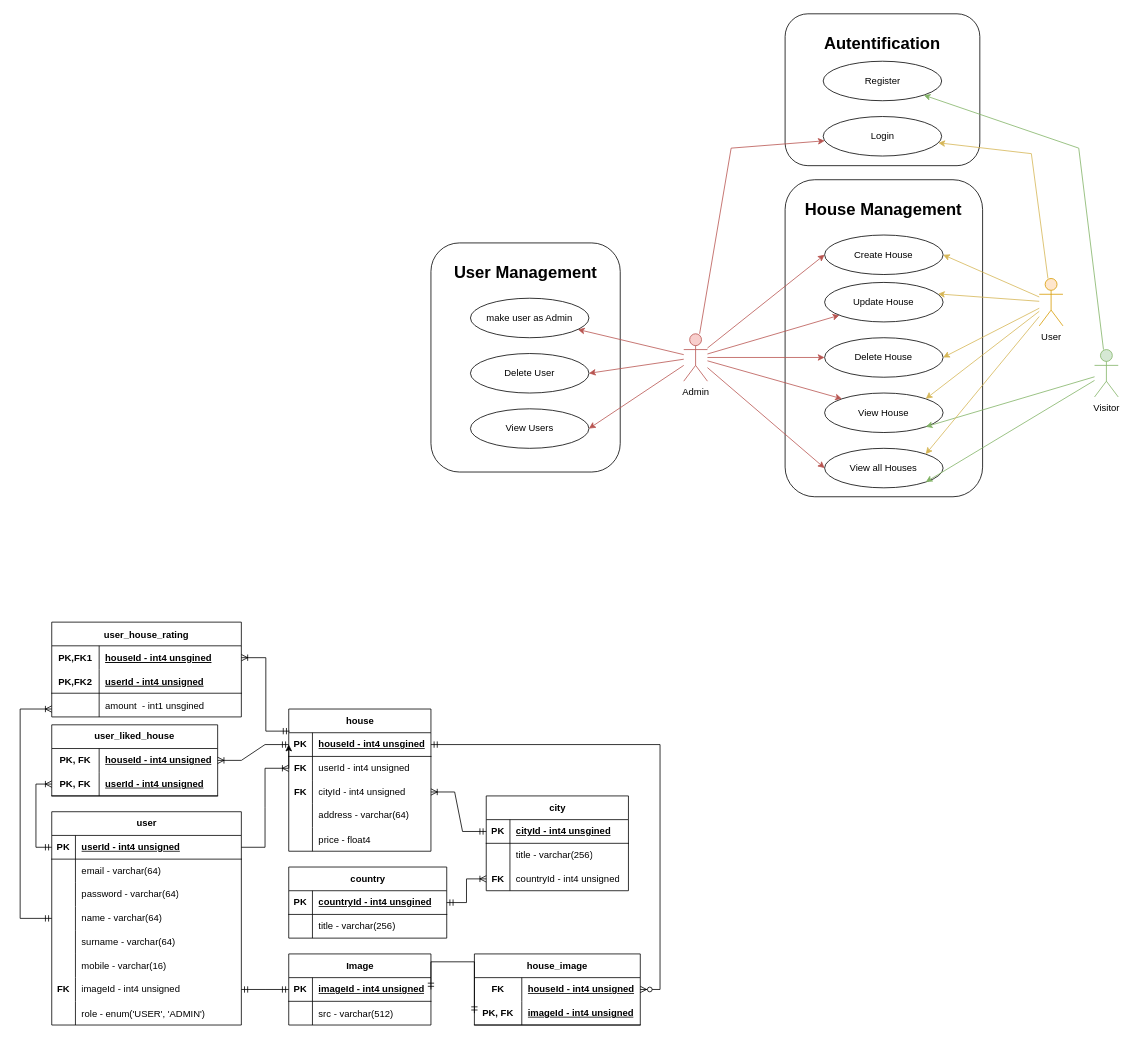
Earlier version of the draw.io diagram Node, Express and SQL [92-106]/102 - express api with sql 2/UML.drawio (ZilvinasVidmantas/type-14). Source tidied: cells renumbered, new cells numbered last; positions are measured from the earlier drawing's top-left corner, leaving out a move shared by most shapes. Both pictures are drawn from the tidied source at 79%, with x=0, y=0 at pixel (20, 13).
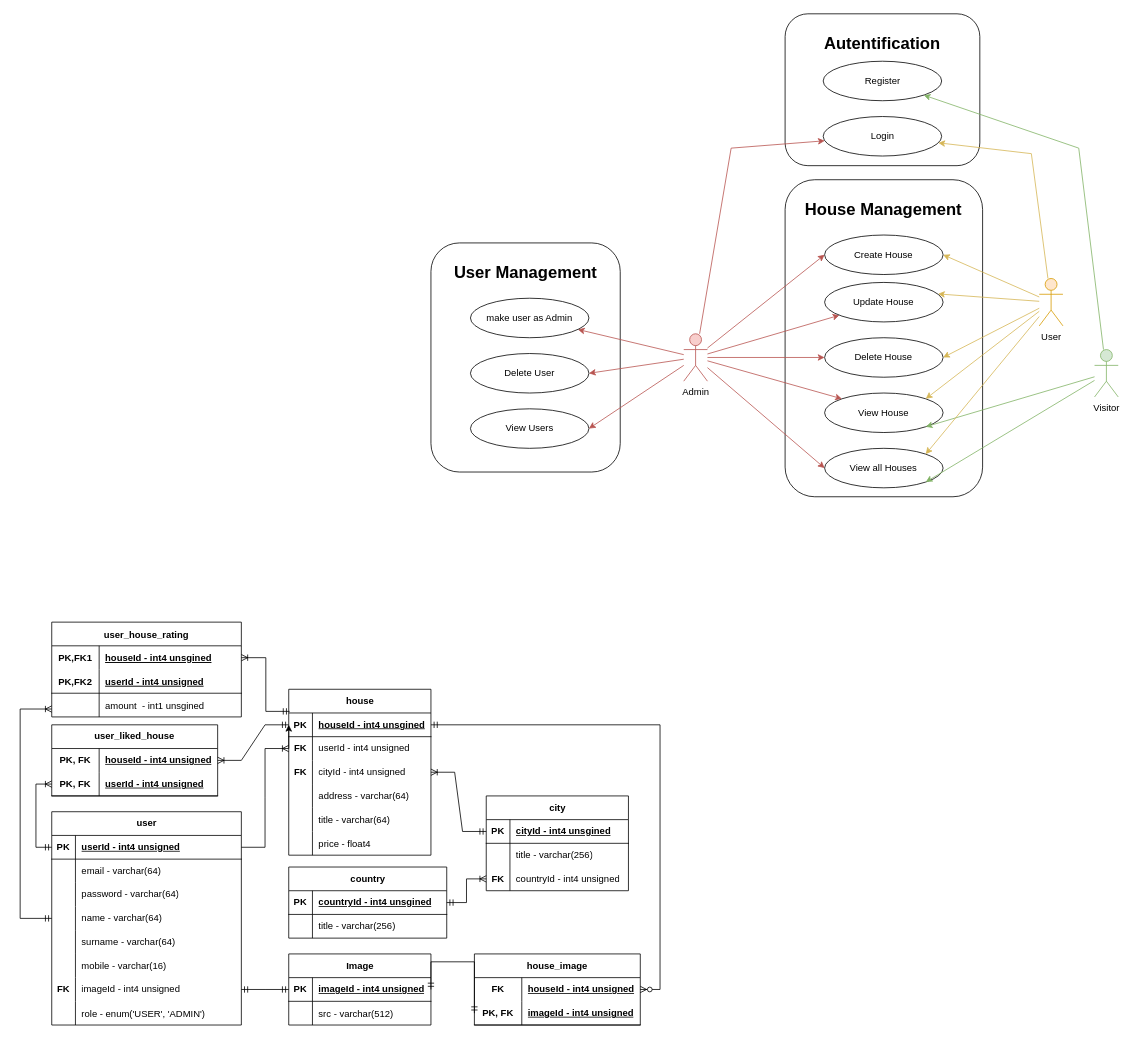
The same diagram, later.

The edit, as a diff of the source:
```diff
@@
     <mxCell id="54" value="house" style="shape=table;startSize=30;childLayout=tableLayout;rowLines=0;fontStyle=1;align=center;html=1;" parent="1" vertex="1">
-      <mxGeometry x="340" y="880" width="180" height="180" as="geometry" />
+      <mxGeometry x="340" y="855" width="180" height="210" as="geometry" />
     </mxCell>
@@
+    <mxCell id="136" style="shape=partialRectangle;fillColor=none;top=0;left=0;bottom=0;right=0;" parent="54" vertex="1">
+      <mxGeometry y="150" width="180" height="30" as="geometry" />
+    </mxCell>
+    <mxCell id="137" style="shape=partialRectangle;fillColor=none;top=0;left=0;bottom=0;right=0;overflow=hidden;" parent="136" vertex="1">
+      <mxGeometry width="30" height="30" as="geometry" />
+    </mxCell>
+    <mxCell id="138" value="title - varchar(64)" style="shape=partialRectangle;fillColor=none;top=0;left=0;bottom=0;right=0;align=left;spacingLeft=6;overflow=hidden;" parent="136" vertex="1">
+      <mxGeometry x="30" width="150" height="30" as="geometry" />
+    </mxCell>
     <mxCell id="68" style="shape=partialRectangle;fillColor=none;top=0;left=0;bottom=0;right=0;" parent="54" vertex="1">
-      <mxGeometry y="150" width="180" height="30" as="geometry" />
+      <mxGeometry y="180" width="180" height="30" as="geometry" />
     </mxCell>
```
